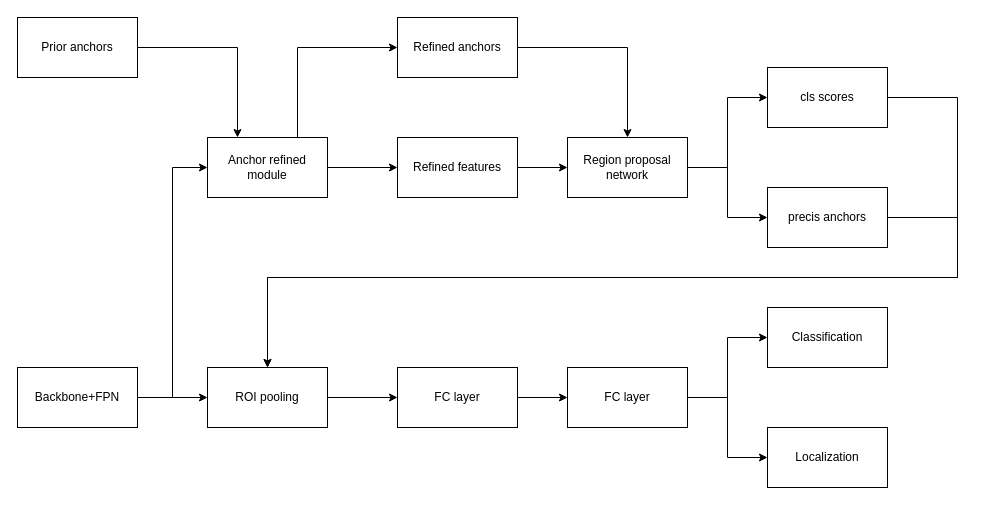
Before: Untitled Diagram.drawio in CurryYuan/Pictures, a draw.io diagram. Source tidied: cells renumbered, new cells numbered last; positions are measured from the earlier drawing's top-left corner, leaving out a move shared by most shapes. Both pictures are drawn from the tidied source at 100%, with x=0, y=0 at pixel (17, 17).
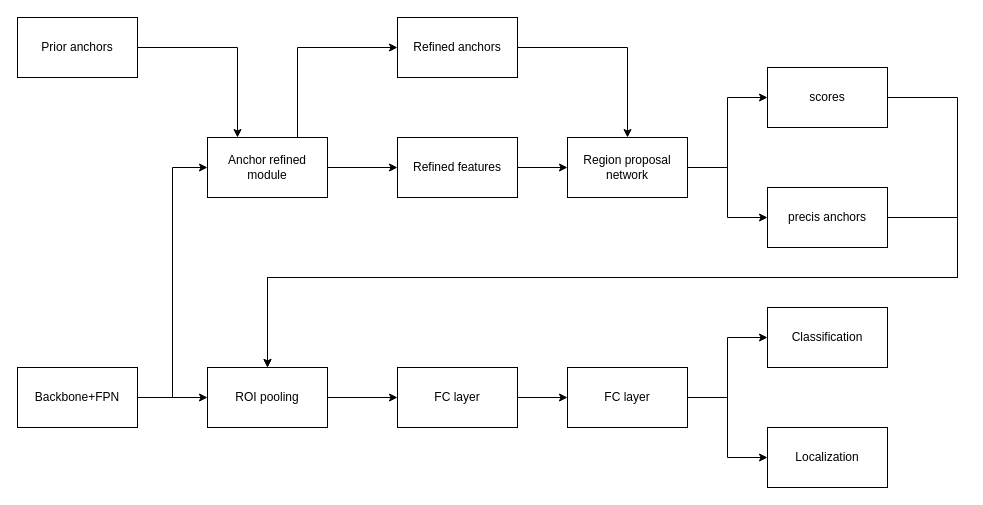
Above is the later version.

The edit, as a diff of the source:
```diff
@@
-    <mxCell id="18" value="cls scores" style="rounded=0;whiteSpace=wrap;html=1;" parent="1" vertex="1">
+    <mxCell id="18" value="scores" style="rounded=0;whiteSpace=wrap;html=1;" parent="1" vertex="1">
       <mxGeometry x="750" y="50" width="120" height="60" as="geometry" />
     </mxCell>
```
